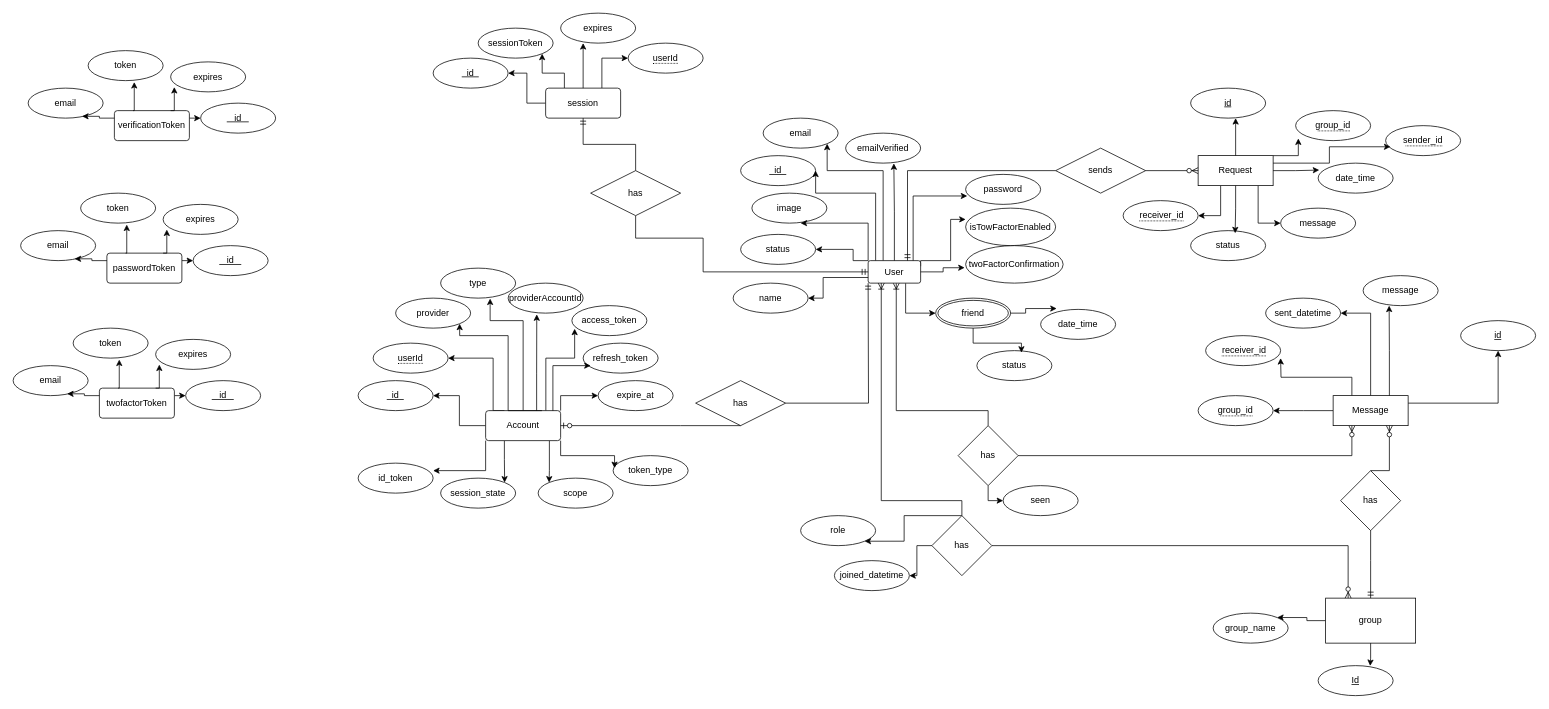
Before: projectFiles/ERd.drawio in janaka4345/chatroom2, a draw.io diagram. Source tidied: cells renumbered, new cells numbered last; positions are measured from the earlier drawing's top-left corner, leaving out a move shared by most shapes. Both pictures are drawn from the tidied source at 75%, with x=0, y=0 at pixel (13, 13).
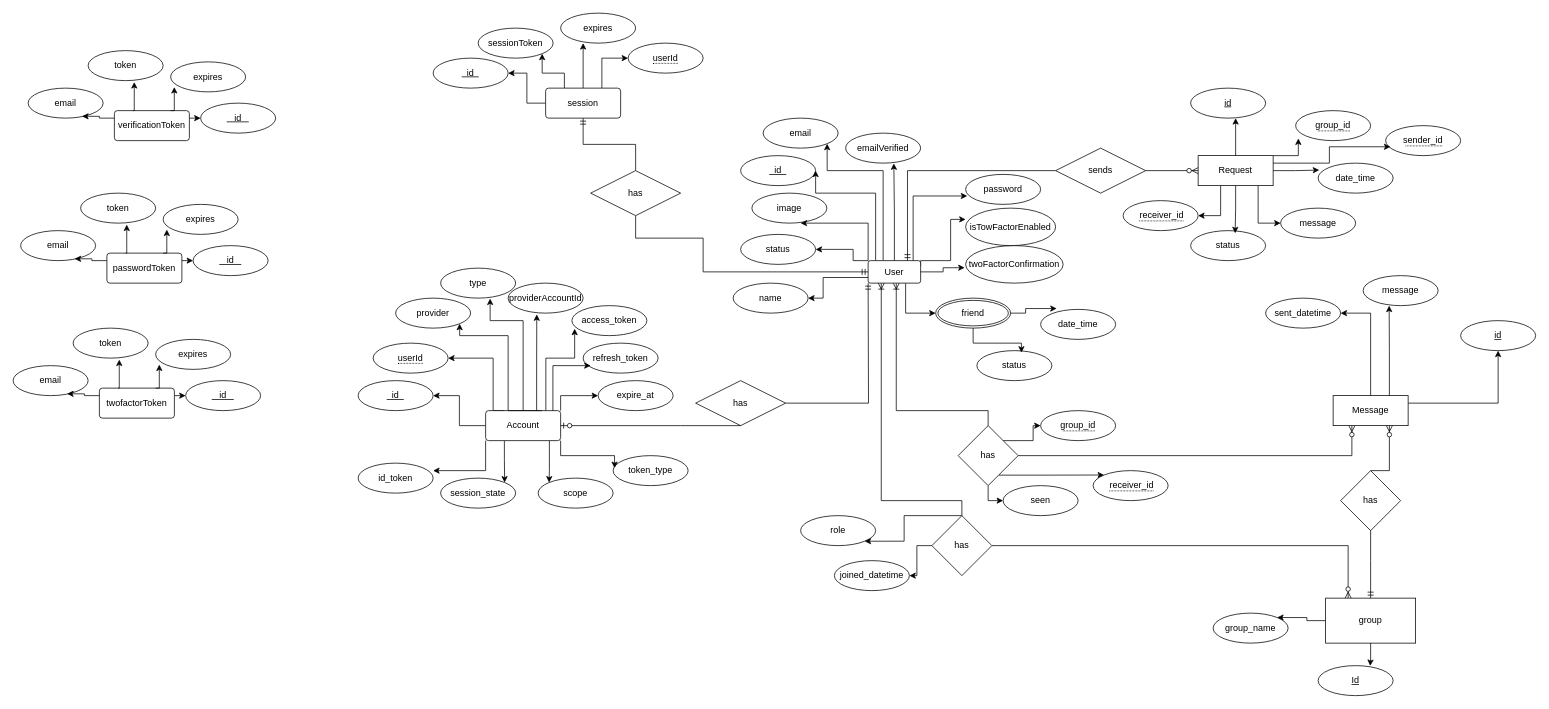
After the change.

The change refers to these unchanged cells:
```xml
<mxCell id="7" value="Message" style="whiteSpace=wrap;html=1;align=center;" parent="1" vertex="1">
  <mxGeometry x="1760" y="510" width="100" height="40" as="geometry" />
</mxCell>
<mxCell id="10" value="has" style="rhombus;whiteSpace=wrap;html=1;" parent="1" vertex="1">
  <mxGeometry x="1260" y="550" width="80" height="80" as="geometry" />
</mxCell>
```

Diff of the diagram source:
```diff
@@
-    <mxCell id="4" style="edgeStyle=orthogonalEdgeStyle;rounded=0;jettySize=auto;html=1;entryX=1;entryY=0.5;entryDx=0;entryDy=0;" parent="1" edge="1" source="7">
-      <mxGeometry relative="1" as="geometry">
-        <mxPoint x="1680" y="530" as="targetPoint" />
-      </mxGeometry>
-    </mxCell>
-    <mxCell id="5" style="edgeStyle=orthogonalEdgeStyle;rounded=0;jettySize=auto;html=1;exitX=0.25;exitY=0;exitDx=0;exitDy=0;entryX=1;entryY=0.5;entryDx=0;entryDy=0;" parent="1" edge="1" source="7">
-      <mxGeometry relative="1" as="geometry">
-        <mxPoint x="1690" y="460" as="targetPoint" />
-      </mxGeometry>
-    </mxCell>
@@
+    <mxCell id="143" style="edgeStyle=orthogonalEdgeStyle;rounded=0;jettySize=auto;html=1;entryX=0;entryY=0.5;entryDx=0;entryDy=0;" parent="1" edge="1" source="10" target="140">
+      <mxGeometry relative="1" as="geometry">
+        <Array as="points">
+          <mxPoint x="1360" y="570" />
+          <mxPoint x="1360" y="550" />
+        </Array>
+      </mxGeometry>
+    </mxCell>
+    <mxCell id="144" style="edgeStyle=orthogonalEdgeStyle;rounded=0;jettySize=auto;html=1;entryX=0;entryY=0;entryDx=0;entryDy=0;" parent="1" edge="1" source="10" target="139">
+      <mxGeometry relative="1" as="geometry">
+        <Array as="points">
+          <mxPoint x="1380" y="616" />
+          <mxPoint x="1380" y="616" />
+        </Array>
+      </mxGeometry>
+    </mxCell>
@@
     <mxCell id="139" value="&amp;nbsp;&lt;span style=&quot;border-bottom: 1px dotted&quot;&gt;receiver_id&lt;/span&gt;" style="ellipse;whiteSpace=wrap;html=1;align=center;" parent="1" vertex="1">
-      <mxGeometry x="1590" y="430" width="100" height="40" as="geometry" />
+      <mxGeometry x="1440" y="610" width="100" height="40" as="geometry" />
     </mxCell>
     <mxCell id="140" value="&lt;span style=&quot;border-bottom: 1px dotted&quot;&gt;group_id&lt;/span&gt;" style="ellipse;whiteSpace=wrap;html=1;align=center;" parent="1" vertex="1">
-      <mxGeometry x="1580" y="510" width="100" height="40" as="geometry" />
+      <mxGeometry x="1370" y="530" width="100" height="40" as="geometry" />
     </mxCell>
```
